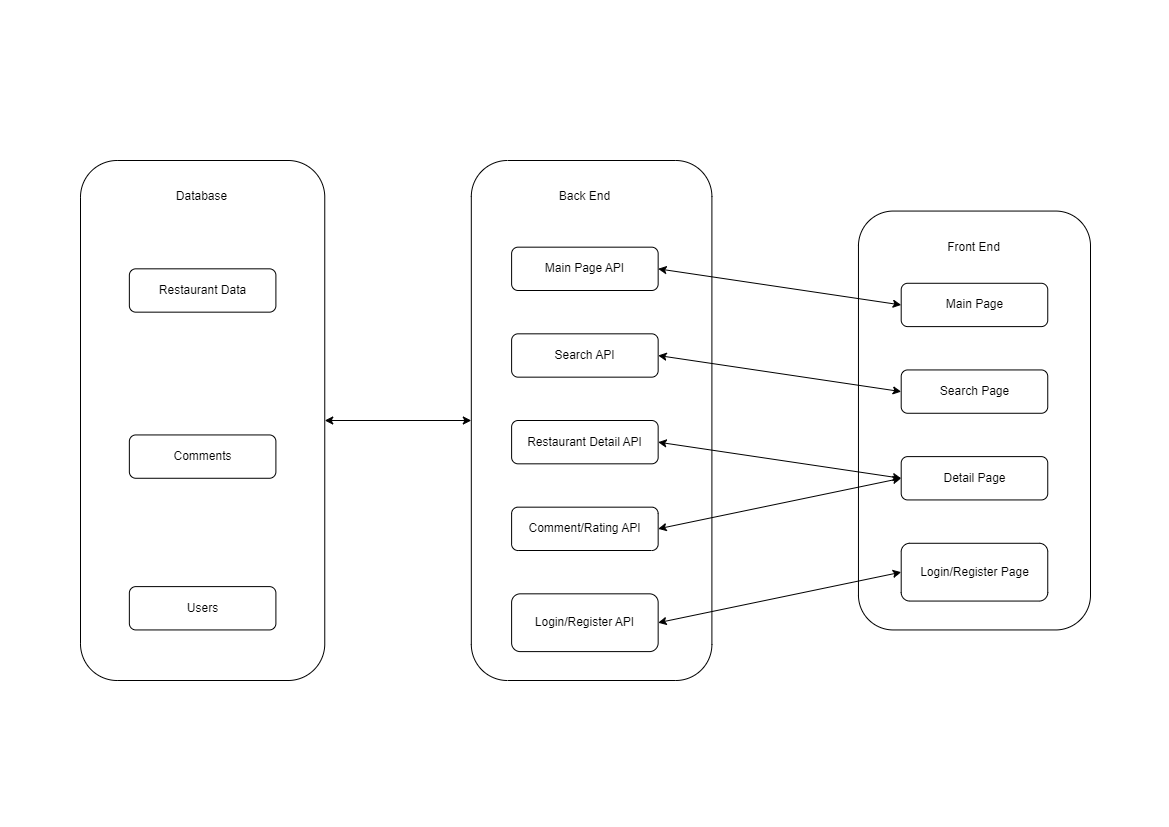
Before: pictures/cs222_final_pres.drawio.png, a diagram exported from draw.io (CS222-UIUC/course-project-team46). Source tidied: cells renumbered, new cells last; positions are measured from the earlier drawing's top-left corner, leaving out a move shared by most shapes.
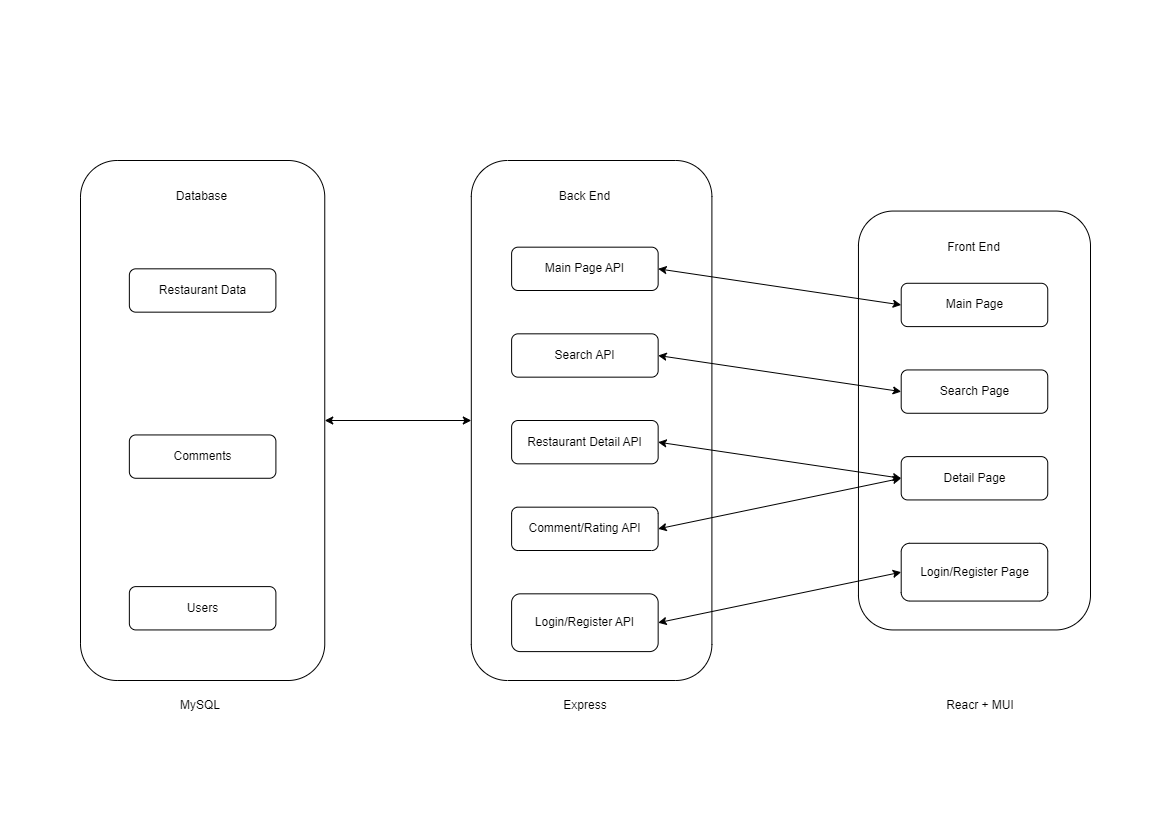
Above is the later version.

Change to the diagram source:
```diff
@@ -77,5 +77,14 @@
     <mxCell id="26" value="Comments" style="rounded=1;whiteSpace=wrap;html=1;labelBackgroundColor=none;" parent="2" vertex="1">
       <mxGeometry x="48.9" y="274.4" width="146.6" height="43.3" as="geometry" />
     </mxCell>
+    <mxCell id="27" value="MySQL" style="text;html=1;strokeColor=none;fillColor=none;align=center;verticalAlign=middle;whiteSpace=wrap;rounded=0;" parent="1" vertex="1">
+      <mxGeometry x="90" y="530" width="60" height="30" as="geometry" />
+    </mxCell>
+    <mxCell id="28" value="Express" style="text;html=1;strokeColor=none;fillColor=none;align=center;verticalAlign=middle;whiteSpace=wrap;rounded=0;" parent="1" vertex="1">
+      <mxGeometry x="475" y="530" width="60" height="30" as="geometry" />
+    </mxCell>
+    <mxCell id="29" value="Reacr + MUI" style="text;html=1;strokeColor=none;fillColor=none;align=center;verticalAlign=middle;whiteSpace=wrap;rounded=0;" parent="1" vertex="1">
+      <mxGeometry x="860" y="530" width="80" height="30" as="geometry" />
+    </mxCell>
   </root>
 </mxGraphModel>
```
